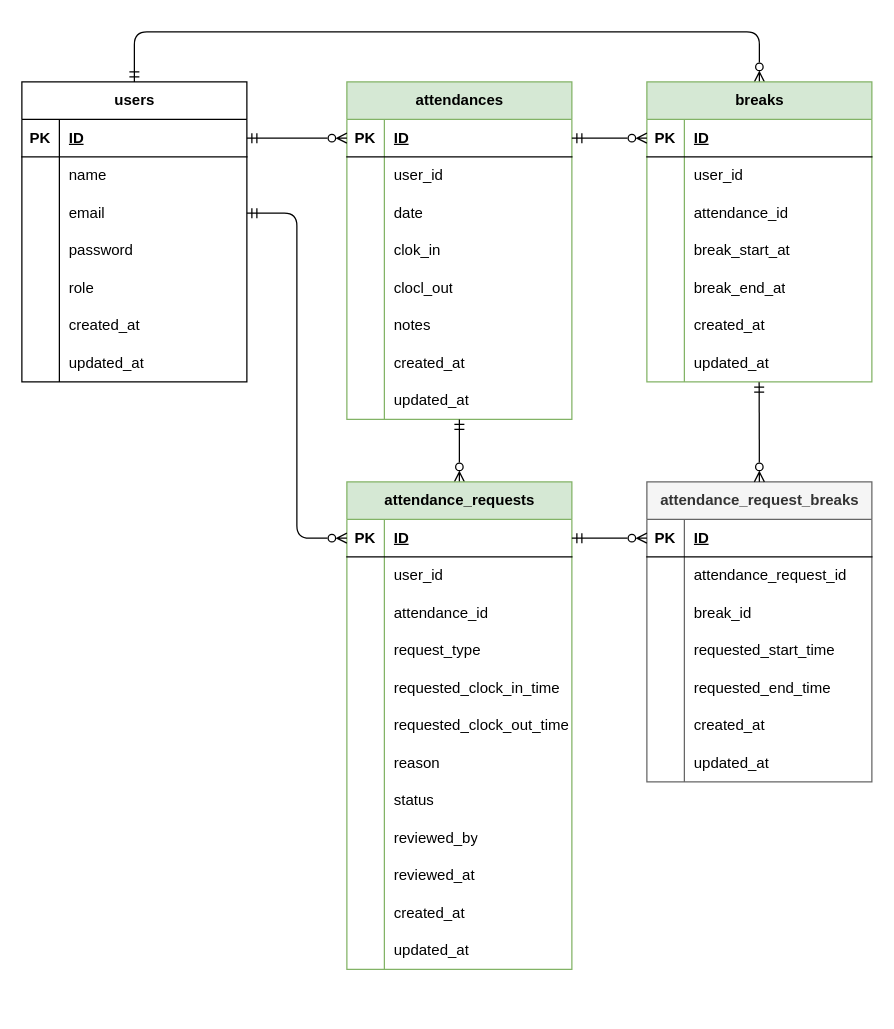
Before: docs/er.drawio in tommy311111/work-attendance-app, a draw.io diagram. Source tidied: cells renumbered, new cells numbered last; positions are measured from the earlier drawing's top-left corner, leaving out a move shared by most shapes. Both pictures are drawn from the tidied source at 125%, with x=0, y=0 at pixel (21, 31).
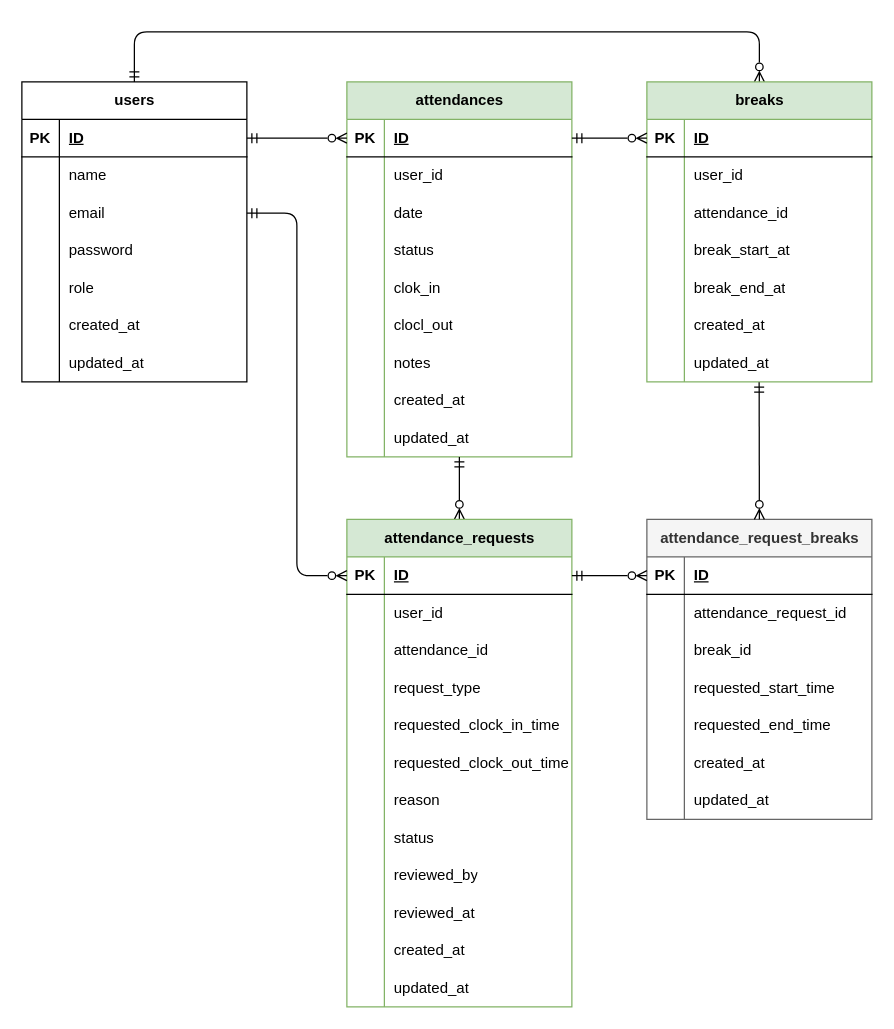
The same diagram, later.

The edit, as a diff of the source:
```diff
@@
     <mxCell id="25" value="attendances" style="shape=table;startSize=30;childLayout=tableLayout;rowLines=0;fontStyle=1;align=center;html=1;fillColor=#d5e8d4;strokeColor=#82b366;" parent="1" vertex="1">
-      <mxGeometry x="260" y="40" width="180" height="270" as="geometry" />
+      <mxGeometry x="260" y="40" width="180" height="300" as="geometry" />
     </mxCell>
@@
+    <mxCell id="137" style="shape=tableRow;horizontal=0;startSize=0;swimlaneHead=0;swimlaneBody=0;fillColor=none;top=0;left=0;right=0;bottom=0;" parent="25" vertex="1">
+      <mxGeometry y="120" width="180" height="30" as="geometry" />
+    </mxCell>
+    <mxCell id="138" style="shape=partialRectangle;fillColor=none;top=0;left=0;bottom=0;right=0;overflow=hidden;whiteSpace=wrap;html=1;" parent="137" vertex="1">
+      <mxGeometry width="30" height="30" as="geometry" />
+    </mxCell>
+    <mxCell id="139" value="status" style="shape=partialRectangle;fillColor=none;top=0;left=0;bottom=0;right=0;align=left;spacingLeft=6;overflow=hidden;whiteSpace=wrap;html=1;" parent="137" vertex="1">
+      <mxGeometry x="30" width="150" height="30" as="geometry" />
+    </mxCell>
     <mxCell id="35" style="shape=tableRow;horizontal=0;startSize=0;swimlaneHead=0;swimlaneBody=0;fillColor=none;top=0;left=0;right=0;bottom=0;" parent="25" vertex="1">
-      <mxGeometry y="120" width="180" height="30" as="geometry" />
+      <mxGeometry y="150" width="180" height="30" as="geometry" />
     </mxCell>
@@
     <mxCell id="38" style="shape=tableRow;horizontal=0;startSize=0;swimlaneHead=0;swimlaneBody=0;fillColor=none;top=0;left=0;right=0;bottom=0;" parent="25" vertex="1">
-      <mxGeometry y="150" width="180" height="30" as="geometry" />
+      <mxGeometry y="180" width="180" height="30" as="geometry" />
     </mxCell>
@@
     <mxCell id="41" style="shape=tableRow;horizontal=0;startSize=0;swimlaneHead=0;swimlaneBody=0;fillColor=none;top=0;left=0;right=0;bottom=0;" parent="25" vertex="1">
-      <mxGeometry y="180" width="180" height="30" as="geometry" />
+      <mxGeometry y="210" width="180" height="30" as="geometry" />
     </mxCell>
@@
     <mxCell id="44" style="shape=tableRow;horizontal=0;startSize=0;swimlaneHead=0;swimlaneBody=0;fillColor=none;top=0;left=0;right=0;bottom=0;" parent="25" vertex="1">
-      <mxGeometry y="210" width="180" height="30" as="geometry" />
+      <mxGeometry y="240" width="180" height="30" as="geometry" />
     </mxCell>
@@
     <mxCell id="47" style="shape=tableRow;horizontal=0;startSize=0;swimlaneHead=0;swimlaneBody=0;fillColor=none;points=[[0,0.5],[1,0.5]];portConstraint=eastwest;top=0;left=0;right=0;bottom=0;" parent="25" vertex="1">
-      <mxGeometry y="240" width="180" height="30" as="geometry" />
+      <mxGeometry y="270" width="180" height="30" as="geometry" />
     </mxCell>
@@
     <mxCell id="73" value="attendance_requests" style="shape=table;startSize=30;childLayout=tableLayout;rowLines=0;fontStyle=1;align=center;html=1;fillColor=#d5e8d4;strokeColor=#82b366;" parent="1" vertex="1">
-      <mxGeometry x="260" y="360" width="180" height="390" as="geometry" />
+      <mxGeometry x="260" y="390" width="180" height="390" as="geometry" />
     </mxCell>
@@
     <mxCell id="110" value="attendance_request_breaks" style="shape=table;startSize=30;childLayout=tableLayout;rowLines=0;fontStyle=1;align=center;html=1;fillColor=#f5f5f5;fontColor=#333333;strokeColor=#666666;" parent="1" vertex="1">
-      <mxGeometry x="500" y="360" width="180" height="240" as="geometry" />
+      <mxGeometry x="500" y="390" width="180" height="240" as="geometry" />
     </mxCell>
```
